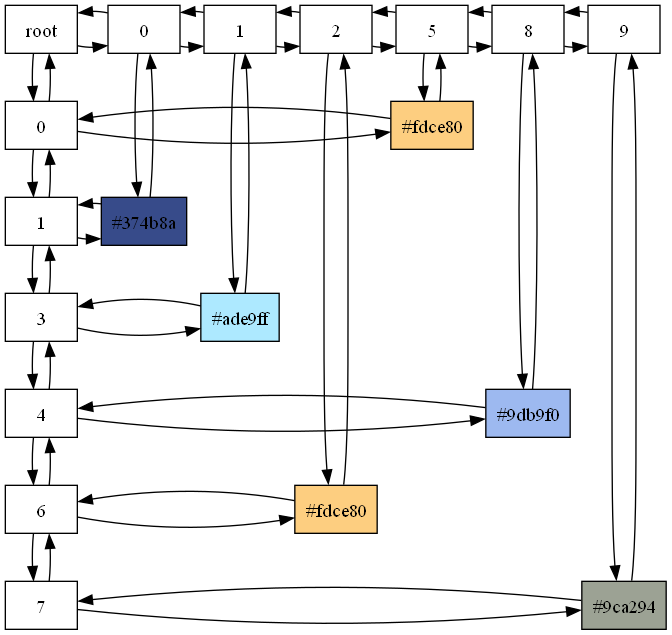
Above: Fase2/matrix.png in helenrodas/FasesProyectoEDD1S_202200066 (Graphviz), before the change. Its source is kept beside it as Fase2/matrix.dot.
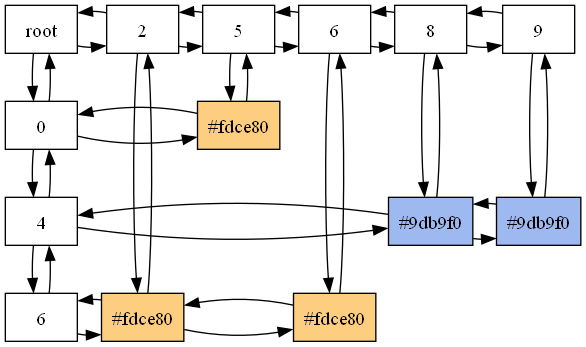
Above is the later version.

Diff of the diagram source:
```diff
@@ -1,77 +1,57 @@
  digraph Matrix {
  node[shape = "box"]
  "Nodo0_0"[label = "root", group="0"]
- "Nodo0_0"->"Nodo1_0"
- "Nodo0_0"->"Nodo1_0"[dir = back]
+ "Nodo0_0"->"Nodo3_0"
+ "Nodo0_0"->"Nodo3_0"[dir = back]
  "Nodo0_0"->"Nodo0_1"
  "Nodo0_0"->"Nodo0_1"[dir = back]
- "Nodo1_0"[label = "0", group="1"]
- "Nodo1_0"->"Nodo2_0"
- "Nodo1_0"->"Nodo2_0"[dir = back]
- "Nodo1_0"->"Nodo1_2"
- "Nodo1_0"->"Nodo1_2"[dir = back]
- "Nodo2_0"[label = "1", group="2"]
- "Nodo2_0"->"Nodo3_0"
- "Nodo2_0"->"Nodo3_0"[dir = back]
- "Nodo2_0"->"Nodo2_4"
- "Nodo2_0"->"Nodo2_4"[dir = back]
  "Nodo3_0"[label = "2", group="3"]
  "Nodo3_0"->"Nodo6_0"
  "Nodo3_0"->"Nodo6_0"[dir = back]
  "Nodo3_0"->"Nodo3_7"
  "Nodo3_0"->"Nodo3_7"[dir = back]
  "Nodo6_0"[label = "5", group="6"]
- "Nodo6_0"->"Nodo9_0"
- "Nodo6_0"->"Nodo9_0"[dir = back]
+ "Nodo6_0"->"Nodo7_0"
+ "Nodo6_0"->"Nodo7_0"[dir = back]
  "Nodo6_0"->"Nodo6_1"
  "Nodo6_0"->"Nodo6_1"[dir = back]
+ "Nodo7_0"[label = "6", group="7"]
+ "Nodo7_0"->"Nodo9_0"
+ "Nodo7_0"->"Nodo9_0"[dir = back]
+ "Nodo7_0"->"Nodo7_7"
+ "Nodo7_0"->"Nodo7_7"[dir = back]
  "Nodo9_0"[label = "8", group="9"]
  "Nodo9_0"->"Nodo10_0"
  "Nodo9_0"->"Nodo10_0"[dir = back]
  "Nodo9_0"->"Nodo9_5"
  "Nodo9_0"->"Nodo9_5"[dir = back]
  "Nodo10_0"[label = "9", group="10"]
- "Nodo10_0"->"Nodo10_8"
- "Nodo10_0"->"Nodo10_8"[dir = back]
- {rank=same;"Nodo0_0";"Nodo1_0";"Nodo2_0";"Nodo3_0";"Nodo6_0";"Nodo9_0";"Nodo10_0"}
+ "Nodo10_0"->"Nodo10_5"
+ "Nodo10_0"->"Nodo10_5"[dir = back]
+ {rank=same;"Nodo0_0";"Nodo3_0";"Nodo6_0";"Nodo7_0";"Nodo9_0";"Nodo10_0"}
  "Nodo0_1"[label = "0", group="0"]
  "Nodo0_1"->"Nodo6_1"
  "Nodo0_1"->"Nodo6_1"[dir = back]
- "Nodo0_1"->"Nodo0_2"
- "Nodo0_1"->"Nodo0_2"[dir = back]
+ "Nodo0_1"->"Nodo0_5"
+ "Nodo0_1"->"Nodo0_5"[dir = back]
  "Nodo6_1"[label = "#fdce80",  style = filled, fillcolor = "#fdce80" group="6"]
  {rank=same;"Nodo0_1";"Nodo6_1"}
- "Nodo0_2"[label = "1", group="0"]
- "Nodo0_2"->"Nodo1_2"
- "Nodo0_2"->"Nodo1_2"[dir = back]
- "Nodo0_2"->"Nodo0_4"
- "Nodo0_2"->"Nodo0_4"[dir = back]
- "Nodo1_2"[label = "#374b8a",  style = filled, fillcolor = "#374b8a" group="1"]
- {rank=same;"Nodo0_2";"Nodo1_2"}
- "Nodo0_4"[label = "3", group="0"]
- "Nodo0_4"->"Nodo2_4"
- "Nodo0_4"->"Nodo2_4"[dir = back]
- "Nodo0_4"->"Nodo0_5"
- "Nodo0_4"->"Nodo0_5"[dir = back]
- "Nodo2_4"[label = "#ade9ff",  style = filled, fillcolor = "#ade9ff" group="2"]
- {rank=same;"Nodo0_4";"Nodo2_4"}
  "Nodo0_5"[label = "4", group="0"]
  "Nodo0_5"->"Nodo9_5"
  "Nodo0_5"->"Nodo9_5"[dir = back]
  "Nodo0_5"->"Nodo0_7"
  "Nodo0_5"->"Nodo0_7"[dir = back]
  "Nodo9_5"[label = "#9db9f0",  style = filled, fillcolor = "#9db9f0" group="9"]
- {rank=same;"Nodo0_5";"Nodo9_5"}
+ "Nodo9_5"->"Nodo10_5"
+ "Nodo9_5"->"Nodo10_5"[dir = back]
+ "Nodo10_5"[label = "#9db9f0",  style = filled, fillcolor = "#9db9f0" group="10"]
+ {rank=same;"Nodo0_5";"Nodo9_5";"Nodo10_5"}
  "Nodo0_7"[label = "6", group="0"]
  "Nodo0_7"->"Nodo3_7"
  "Nodo0_7"->"Nodo3_7"[dir = back]
- "Nodo0_7"->"Nodo0_8"
- "Nodo0_7"->"Nodo0_8"[dir = back]
  "Nodo3_7"[label = "#fdce80",  style = filled, fillcolor = "#fdce80" group="3"]
- {rank=same;"Nodo0_7";"Nodo3_7"}
- "Nodo0_8"[label = "7", group="0"]
- "Nodo0_8"->"Nodo10_8"
- "Nodo0_8"->"Nodo10_8"[dir = back]
- "Nodo10_8"[label = "#9ca294",  style = filled, fillcolor = "#9ca294" group="10"]
- {rank=same;"Nodo0_8";"Nodo10_8"}
+ "Nodo3_7"->"Nodo7_7"
+ "Nodo3_7"->"Nodo7_7"[dir = back]
+ "Nodo7_7"[label = "#fdce80",  style = filled, fillcolor = "#fdce80" group="7"]
+ {rank=same;"Nodo0_7";"Nodo3_7";"Nodo7_7"}
  }
```
